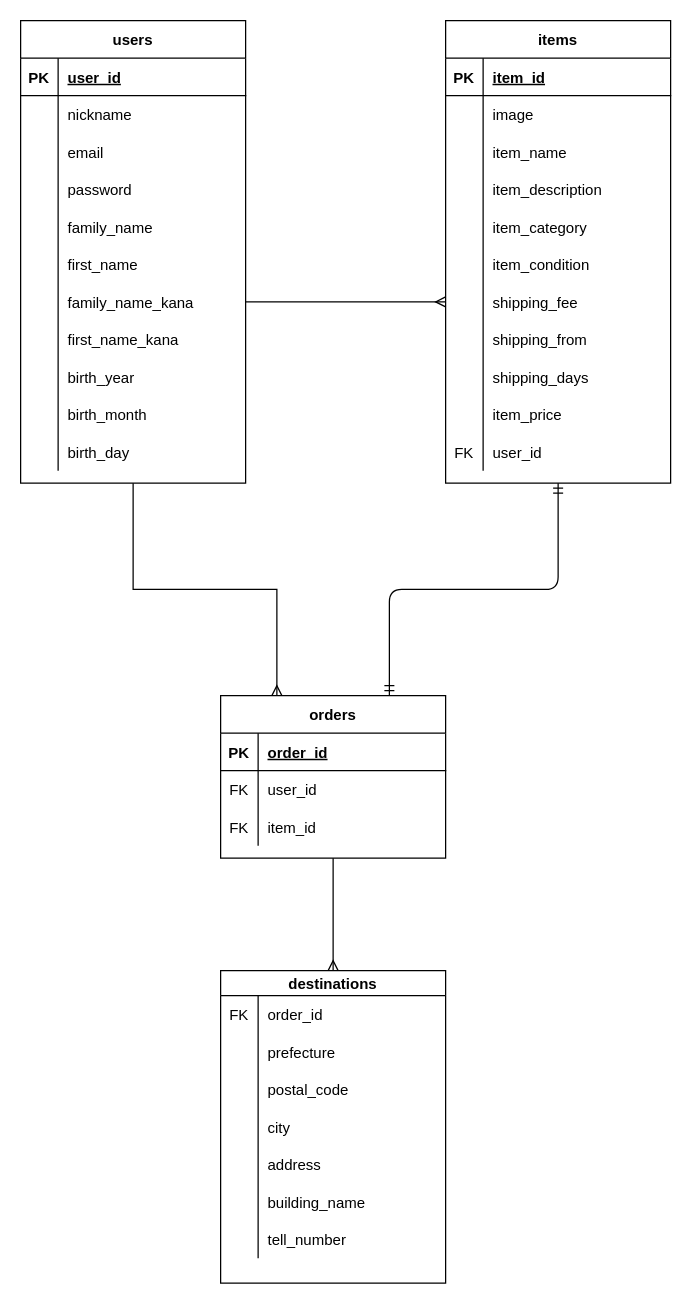
Above: test.dio in houtaru95/furima-34395 (draw.io), before the change. Source tidied: cells renumbered, new cells numbered last; positions are measured from the earlier drawing's top-left corner, leaving out a move shared by most shapes. Both pictures are drawn from the tidied source at 125%, with x=0, y=0 at pixel (20, 20).
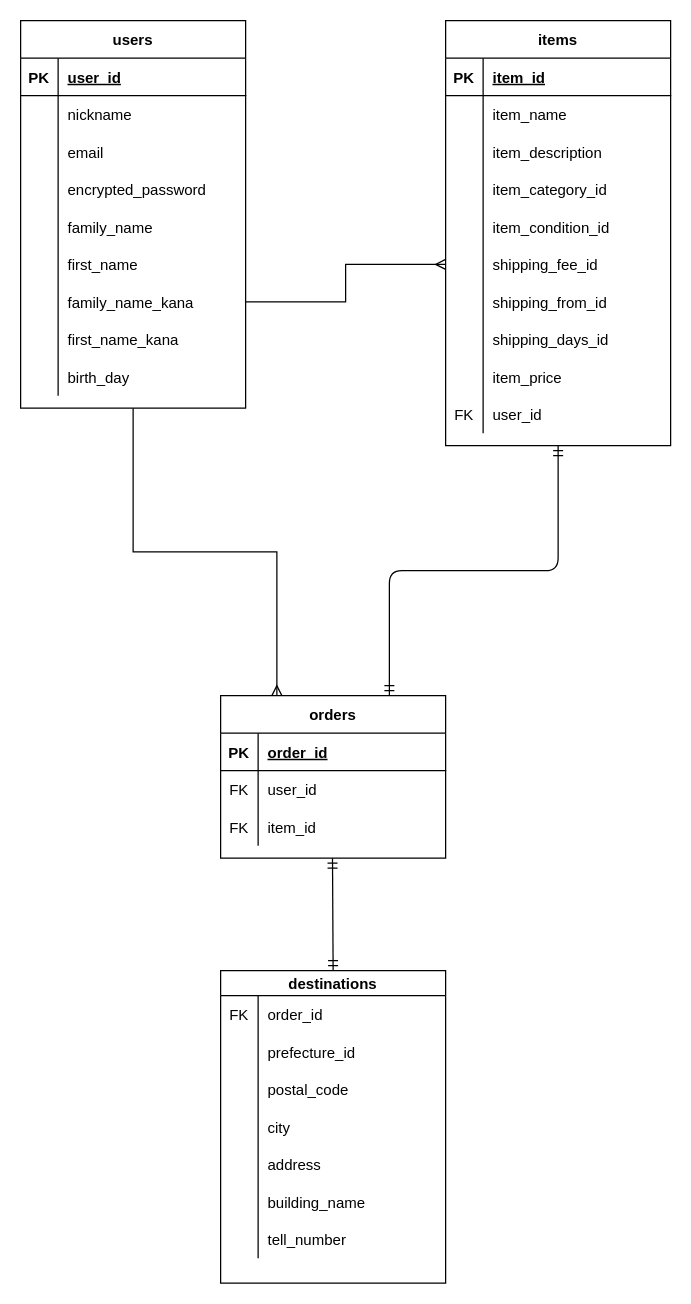
Above is the later version.

Commit message (it also covers changes not shown here):
ER図/READMEの修正

The change refers to these unchanged cells:
```xml
<mxCell id="13" style="shape=partialRectangle;fillColor=none;top=0;left=0;bottom=0;right=0;" parent="3" vertex="1">
  <mxGeometry y="120" width="180" height="30" as="geometry" />
</mxCell>
<mxCell id="28" style="shape=partialRectangle;fillColor=none;top=0;left=0;bottom=0;right=0;" parent="3" vertex="1">
  <mxGeometry y="270" width="180" height="30" as="geometry" />
</mxCell>
<mxCell id="72" value="orders" style="shape=table;startSize=30;childLayout=tableLayout;rowLines=0;fontStyle=1;align=center;" parent="1" vertex="1">
  <mxGeometry x="160" y="540" width="180" height="130" as="geometry" />
</mxCell>
<mxCell id="82" value="destinations" style="shape=table;startSize=20;childLayout=tableLayout;rowLines=0;fontStyle=1;align=center;" parent="1" vertex="1">
  <mxGeometry x="160" y="760" width="180" height="250" as="geometry" />
</mxCell>
<mxCell id="86" style="shape=partialRectangle;fillColor=none;top=0;left=0;bottom=0;right=0;" parent="82" vertex="1">
  <mxGeometry y="50" width="180" height="30" as="geometry" />
</mxCell>
```

Change to the diagram source:
```diff
@@
     <mxCell id="3" value="users" style="shape=table;startSize=30;childLayout=tableLayout;rowLines=0;fontStyle=1;align=center;" parent="1" vertex="1">
-      <mxGeometry width="180" height="370" as="geometry" />
+      <mxGeometry width="180" height="310" as="geometry" />
     </mxCell>
@@
-    <mxCell id="15" value="password" style="shape=partialRectangle;fillColor=none;top=0;left=0;bottom=0;right=0;align=left;spacingLeft=6;overflow=hidden;" parent="13" vertex="1">
+    <mxCell id="15" value="encrypted_password" style="shape=partialRectangle;fillColor=none;top=0;left=0;bottom=0;right=0;align=left;spacingLeft=6;overflow=hidden;" parent="13" vertex="1">
       <mxGeometry x="30" width="150" height="30" as="geometry" />
     </mxCell>
@@
-    <mxCell id="30" value="birth_year" style="shape=partialRectangle;fillColor=none;top=0;left=0;bottom=0;right=0;align=left;spacingLeft=6;overflow=hidden;" parent="28" vertex="1">
+    <mxCell id="30" value="birth_day" style="shape=partialRectangle;fillColor=none;top=0;left=0;bottom=0;right=0;align=left;spacingLeft=6;overflow=hidden;" parent="28" vertex="1">
       <mxGeometry x="30" width="150" height="30" as="geometry" />
     </mxCell>
-    <mxCell id="31" style="shape=partialRectangle;fillColor=none;top=0;left=0;bottom=0;right=0;" parent="3" vertex="1">
-      <mxGeometry y="300" width="180" height="30" as="geometry" />
-    </mxCell>
-    <mxCell id="32" style="shape=partialRectangle;fillColor=none;top=0;left=0;bottom=0;right=0;overflow=hidden;" parent="31" vertex="1">
-      <mxGeometry width="30" height="30" as="geometry" />
-    </mxCell>
-    <mxCell id="33" value="birth_month" style="shape=partialRectangle;fillColor=none;top=0;left=0;bottom=0;right=0;align=left;spacingLeft=6;overflow=hidden;" parent="31" vertex="1">
-      <mxGeometry x="30" width="150" height="30" as="geometry" />
-    </mxCell>
-    <mxCell id="34" style="shape=partialRectangle;fillColor=none;top=0;left=0;bottom=0;right=0;" parent="3" vertex="1">
-      <mxGeometry y="330" width="180" height="30" as="geometry" />
-    </mxCell>
-    <mxCell id="35" style="shape=partialRectangle;fillColor=none;top=0;left=0;bottom=0;right=0;overflow=hidden;" parent="34" vertex="1">
-      <mxGeometry width="30" height="30" as="geometry" />
-    </mxCell>
-    <mxCell id="36" value="birth_day" style="shape=partialRectangle;fillColor=none;top=0;left=0;bottom=0;right=0;align=left;spacingLeft=6;overflow=hidden;" parent="34" vertex="1">
-      <mxGeometry x="30" width="150" height="30" as="geometry" />
-    </mxCell>
     <mxCell id="37" value="items" style="shape=table;startSize=30;childLayout=tableLayout;rowLines=0;fontStyle=1;align=center;" parent="1" vertex="1">
-      <mxGeometry x="340" width="180" height="370" as="geometry" />
+      <mxGeometry x="340" width="180" height="340" as="geometry" />
     </mxCell>
@@
-    <mxCell id="41" style="shape=partialRectangle;fillColor=none;top=0;left=0;bottom=0;right=0;" parent="37" vertex="1">
-      <mxGeometry y="60" width="180" height="30" as="geometry" />
-    </mxCell>
-    <mxCell id="42" style="shape=partialRectangle;fillColor=none;top=0;left=0;bottom=0;right=0;overflow=hidden;" parent="41" vertex="1">
-      <mxGeometry width="30" height="30" as="geometry" />
-    </mxCell>
-    <mxCell id="43" value="image" style="shape=partialRectangle;fillColor=none;top=0;left=0;bottom=0;right=0;align=left;spacingLeft=6;overflow=hidden;" parent="41" vertex="1">
-      <mxGeometry x="30" width="150" height="30" as="geometry" />
-    </mxCell>
     <mxCell id="44" style="shape=partialRectangle;fillColor=none;top=0;left=0;bottom=0;right=0;" parent="37" vertex="1">
-      <mxGeometry y="90" width="180" height="30" as="geometry" />
+      <mxGeometry y="60" width="180" height="30" as="geometry" />
     </mxCell>
@@
     <mxCell id="47" style="shape=partialRectangle;fillColor=none;top=0;left=0;bottom=0;right=0;" parent="37" vertex="1">
-      <mxGeometry y="120" width="180" height="30" as="geometry" />
+      <mxGeometry y="90" width="180" height="30" as="geometry" />
     </mxCell>
@@
     <mxCell id="50" style="shape=partialRectangle;fillColor=none;top=0;left=0;bottom=0;right=0;" parent="37" vertex="1">
-      <mxGeometry y="150" width="180" height="30" as="geometry" />
+      <mxGeometry y="120" width="180" height="30" as="geometry" />
     </mxCell>
@@
-    <mxCell id="52" value="item_category" style="shape=partialRectangle;fillColor=none;top=0;left=0;bottom=0;right=0;align=left;spacingLeft=6;overflow=hidden;" parent="50" vertex="1">
+    <mxCell id="52" value="item_category_id" style="shape=partialRectangle;fillColor=none;top=0;left=0;bottom=0;right=0;align=left;spacingLeft=6;overflow=hidden;" parent="50" vertex="1">
       <mxGeometry x="30" width="150" height="30" as="geometry" />
     </mxCell>
     <mxCell id="53" style="shape=partialRectangle;fillColor=none;top=0;left=0;bottom=0;right=0;" parent="37" vertex="1">
-      <mxGeometry y="180" width="180" height="30" as="geometry" />
+      <mxGeometry y="150" width="180" height="30" as="geometry" />
     </mxCell>
@@
-    <mxCell id="55" value="item_condition" style="shape=partialRectangle;fillColor=none;top=0;left=0;bottom=0;right=0;align=left;spacingLeft=6;overflow=hidden;" parent="53" vertex="1">
+    <mxCell id="55" value="item_condition_id" style="shape=partialRectangle;fillColor=none;top=0;left=0;bottom=0;right=0;align=left;spacingLeft=6;overflow=hidden;" parent="53" vertex="1">
       <mxGeometry x="30" width="150" height="30" as="geometry" />
     </mxCell>
     <mxCell id="56" style="shape=partialRectangle;fillColor=none;top=0;left=0;bottom=0;right=0;points=[[0,0.5],[1,0.5]];portConstraint=eastwest;" parent="37" vertex="1">
-      <mxGeometry y="210" width="180" height="30" as="geometry" />
+      <mxGeometry y="180" width="180" height="30" as="geometry" />
     </mxCell>
@@
-    <mxCell id="58" value="shipping_fee" style="shape=partialRectangle;fillColor=none;top=0;left=0;bottom=0;right=0;align=left;spacingLeft=6;overflow=hidden;" parent="56" vertex="1">
+    <mxCell id="58" value="shipping_fee_id" style="shape=partialRectangle;fillColor=none;top=0;left=0;bottom=0;right=0;align=left;spacingLeft=6;overflow=hidden;" parent="56" vertex="1">
       <mxGeometry x="30" width="150" height="30" as="geometry" />
     </mxCell>
     <mxCell id="59" style="shape=partialRectangle;fillColor=none;top=0;left=0;bottom=0;right=0;" parent="37" vertex="1">
-      <mxGeometry y="240" width="180" height="30" as="geometry" />
+      <mxGeometry y="210" width="180" height="30" as="geometry" />
     </mxCell>
@@
-    <mxCell id="61" value="shipping_from" style="shape=partialRectangle;fillColor=none;top=0;left=0;bottom=0;right=0;align=left;spacingLeft=6;overflow=hidden;" parent="59" vertex="1">
+    <mxCell id="61" value="shipping_from_id" style="shape=partialRectangle;fillColor=none;top=0;left=0;bottom=0;right=0;align=left;spacingLeft=6;overflow=hidden;" parent="59" vertex="1">
       <mxGeometry x="30" width="150" height="30" as="geometry" />
     </mxCell>
     <mxCell id="62" style="shape=partialRectangle;fillColor=none;top=0;left=0;bottom=0;right=0;" parent="37" vertex="1">
-      <mxGeometry y="270" width="180" height="30" as="geometry" />
+      <mxGeometry y="240" width="180" height="30" as="geometry" />
     </mxCell>
@@
-    <mxCell id="64" value="shipping_days" style="shape=partialRectangle;fillColor=none;top=0;left=0;bottom=0;right=0;align=left;spacingLeft=6;overflow=hidden;" parent="62" vertex="1">
+    <mxCell id="64" value="shipping_days_id" style="shape=partialRectangle;fillColor=none;top=0;left=0;bottom=0;right=0;align=left;spacingLeft=6;overflow=hidden;" parent="62" vertex="1">
       <mxGeometry x="30" width="150" height="30" as="geometry" />
     </mxCell>
     <mxCell id="65" style="shape=partialRectangle;fillColor=none;top=0;left=0;bottom=0;right=0;" parent="37" vertex="1">
-      <mxGeometry y="300" width="180" height="30" as="geometry" />
+      <mxGeometry y="270" width="180" height="30" as="geometry" />
     </mxCell>
@@
     <mxCell id="68" style="shape=partialRectangle;fillColor=none;top=0;left=0;bottom=0;right=0;" parent="37" vertex="1">
-      <mxGeometry y="330" width="180" height="30" as="geometry" />
+      <mxGeometry y="300" width="180" height="30" as="geometry" />
     </mxCell>
@@
-    <mxCell id="71" style="edgeStyle=orthogonalEdgeStyle;rounded=0;jettySize=auto;html=1;exitX=0.5;exitY=1;exitDx=0;exitDy=0;entryX=0.5;entryY=0;entryDx=0;entryDy=0;sourcePerimeterSpacing=2;endArrow=ERmany;endFill=0;" parent="1" edge="1" source="72" target="82">
-      <mxGeometry relative="1" as="geometry" />
-    </mxCell>
@@
-    <mxCell id="88" value="prefecture" style="shape=partialRectangle;fillColor=none;top=0;left=0;bottom=0;right=0;align=left;spacingLeft=6;overflow=hidden;" parent="86" vertex="1">
+    <mxCell id="88" value="prefecture_id" style="shape=partialRectangle;fillColor=none;top=0;left=0;bottom=0;right=0;align=left;spacingLeft=6;overflow=hidden;" parent="86" vertex="1">
       <mxGeometry x="30" width="150" height="30" as="geometry" />
     </mxCell>
@@
+    <mxCell id="106" style="fontSize=12;html=1;endArrow=ERmandOne;startArrow=ERmandOne;" parent="1" edge="1">
+      <mxGeometry relative="1" as="geometry">
+        <mxPoint x="250" y="760" as="sourcePoint" />
+        <mxPoint x="249.5" y="670" as="targetPoint" />
+      </mxGeometry>
+    </mxCell>
```
